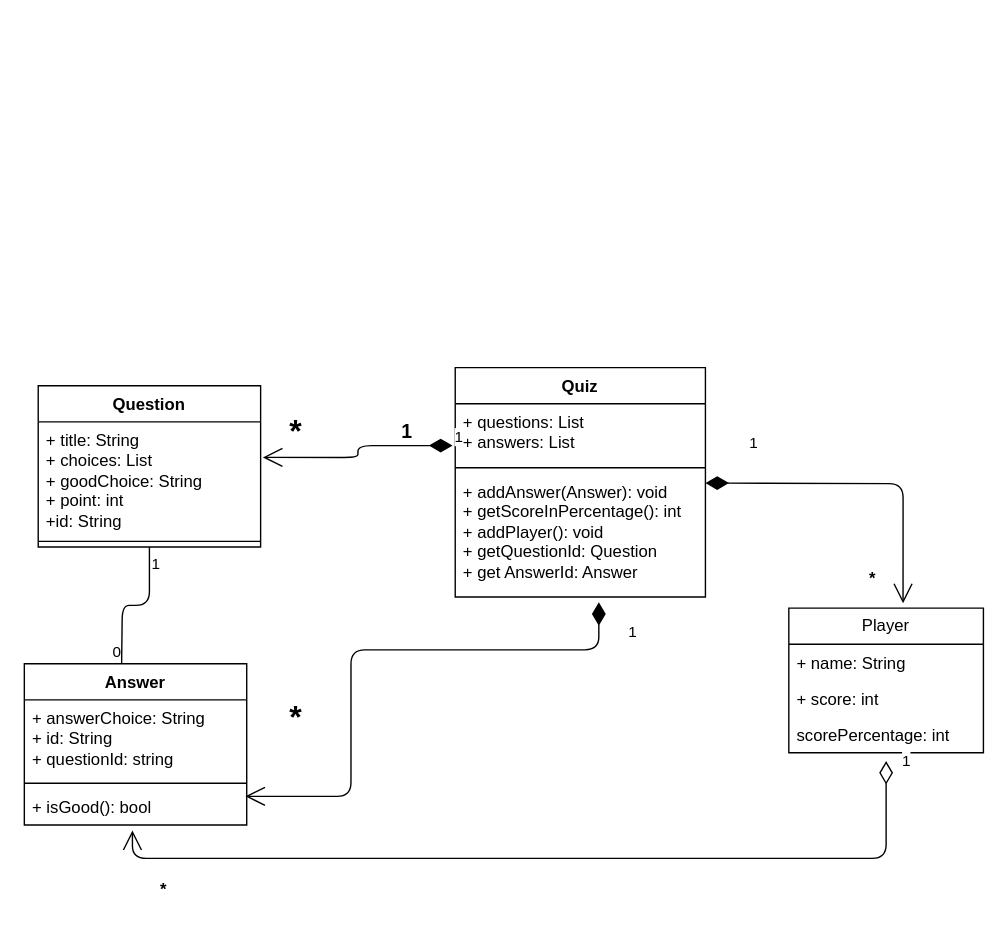
Earlier version of the draw.io diagram quiz.drawio (Sophavisnuka/Week3-OOP-Quiz-App). Source tidied: cells renumbered, new cells numbered last; positions are measured from the earlier drawing's top-left corner, leaving out a move shared by most shapes. Both pictures are drawn from the tidied source at 139%, with x=0, y=0 at pixel (24, 367).
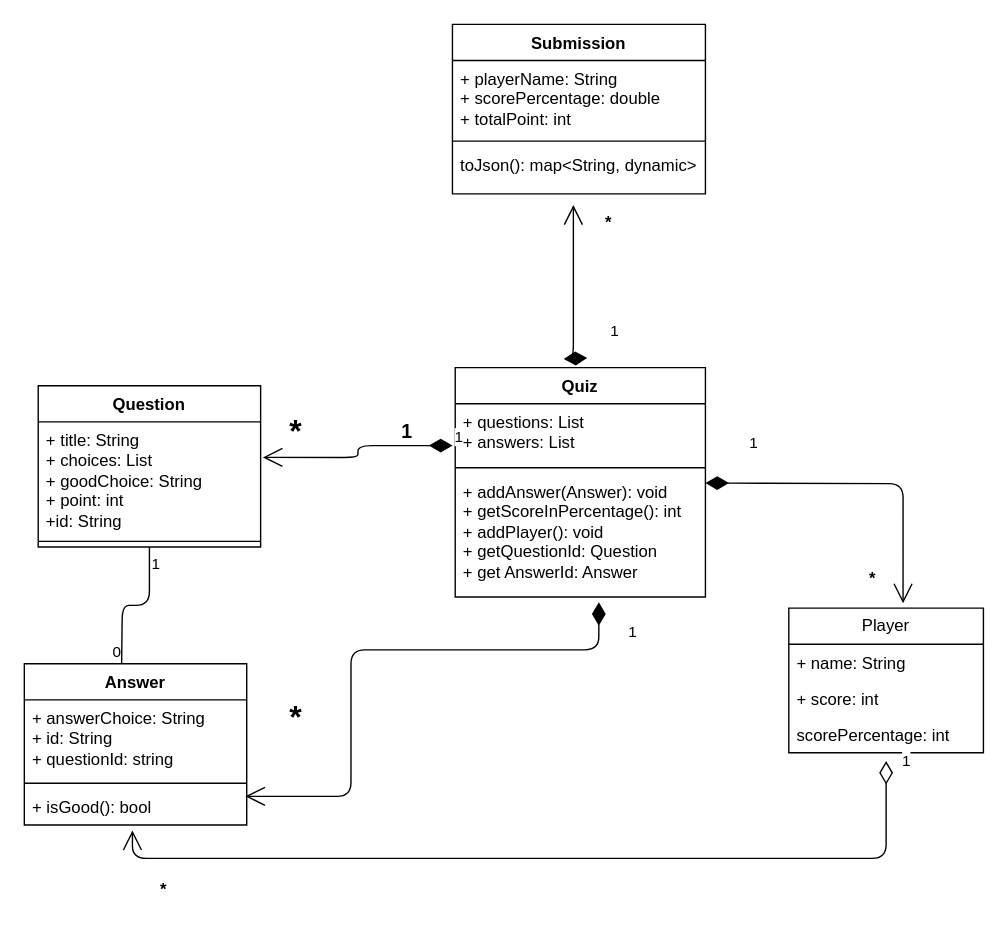
Above is the later version.

Commit message (it also covers changes not shown here):
Exercie4 diagram and write to file finish

The edit, as a diff of the source:
```diff
@@
+    <mxCell id="29" value="Submission" style="swimlane;fontStyle=1;align=center;verticalAlign=top;horizontal=1;startSize=26;whiteSpace=wrap;html=1;" parent="1" vertex="1">
+      <mxGeometry x="308" y="-247" width="182" height="122" as="geometry" />
+    </mxCell>
+    <mxCell id="30" value="+ playerName: String&lt;div&gt;+ scorePercentage: double&lt;/div&gt;&lt;div&gt;+ totalPoint: int&lt;/div&gt;" style="text;strokeColor=none;fillColor=none;align=left;verticalAlign=top;spacingLeft=4;spacingRight=4;overflow=hidden;whiteSpace=wrap;html=1;" parent="29" vertex="1">
+      <mxGeometry y="26" width="182" height="54" as="geometry" />
+    </mxCell>
+    <mxCell id="31" style="line;strokeWidth=1;fillColor=none;align=left;verticalAlign=middle;spacingTop=-1;spacingLeft=3;spacingRight=3;labelPosition=right;strokeColor=inherit;" parent="29" vertex="1">
+      <mxGeometry y="80" width="182" height="8" as="geometry" />
+    </mxCell>
+    <mxCell id="32" value="toJson(): map&amp;lt;String, dynamic&amp;gt;" style="text;strokeColor=none;fillColor=none;align=left;verticalAlign=top;spacingLeft=4;spacingRight=4;overflow=hidden;whiteSpace=wrap;html=1;" parent="29" vertex="1">
+      <mxGeometry y="88" width="182" height="34" as="geometry" />
+    </mxCell>
+    <mxCell id="33" value="1" style="endArrow=open;html=1;endSize=12;startArrow=diamondThin;startSize=14;startFill=1;edgeStyle=orthogonalEdgeStyle;align=left;verticalAlign=bottom;" parent="1" edge="1">
+      <mxGeometry x="-1" y="-18" relative="1" as="geometry">
+        <mxPoint x="405" y="-7" as="sourcePoint" />
+        <mxPoint x="395" y="-117" as="targetPoint" />
+        <mxPoint x="16" y="8" as="offset" />
+      </mxGeometry>
+    </mxCell>
+    <mxCell id="34" value="*" style="text;align=center;fontStyle=1;verticalAlign=middle;spacingLeft=3;spacingRight=3;strokeColor=none;html=1;" parent="1" vertex="1">
+      <mxGeometry x="380" y="-117" width="80" height="26" as="geometry" />
+    </mxCell>
```
